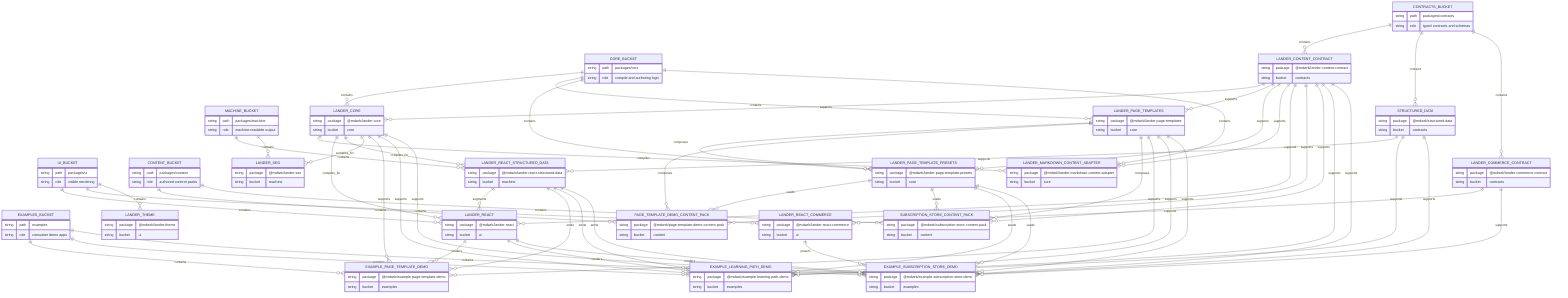
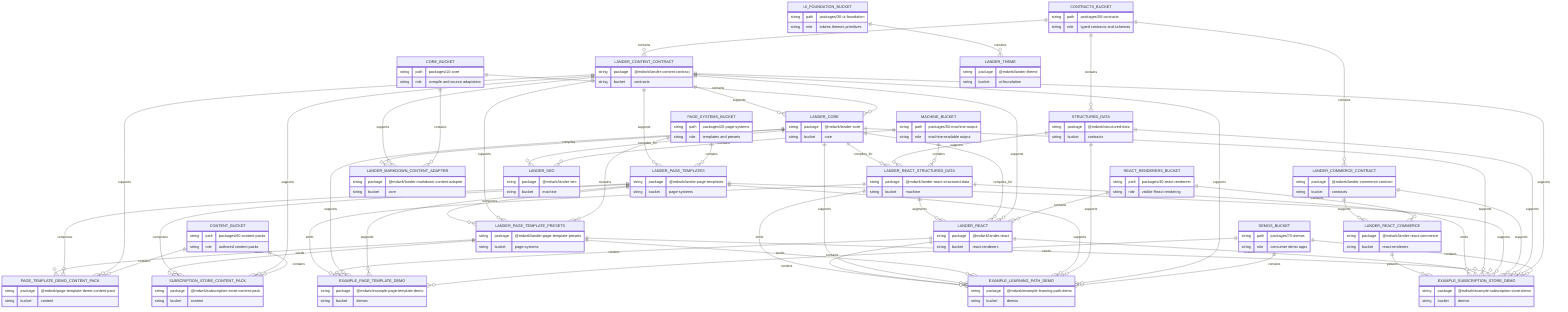
erDiagram
  CONTRACTS_BUCKET {
-     string path "packages/contracts"
+     string path "packages/00-contracts"
    string role "typed contracts and schemas"
  }

  CORE_BUCKET {
-     string path "packages/core"
-     string role "compile and authoring logic"
+     string path "packages/10-core"
+     string role "compile and source adaptation"
  }

-   UI_BUCKET {
-     string path "packages/ui"
-     string role "visible rendering"
+   PAGE_SYSTEMS_BUCKET {
+     string path "packages/20-page-systems"
+     string role "templates and presets"
+   }
+ 
+   UI_FOUNDATION_BUCKET {
+     string path "packages/30-ui-foundation"
+     string role "tokens themes primitives"
+   }
+ 
+   REACT_RENDERERS_BUCKET {
+     string path "packages/40-react-renderers"
+     string role "visible React rendering"
  }

  MACHINE_BUCKET {
-     string path "packages/machine"
+     string path "packages/50-machine-output"
    string role "machine-readable output"
  }

  CONTENT_BUCKET {
-     string path "packages/content"
+     string path "packages/60-content-packs"
    string role "authored content packs"
  }

-   EXAMPLES_BUCKET {
-     string path "examples"
+   DEMOS_BUCKET {
+     string path "packages/70-demos"
    string role "consumer demo apps"
  }

  LANDER_CONTENT_CONTRACT {
    string package "@mdwrk/lander-content-contract"
    string bucket "contracts"
  }

  STRUCTURED_DATA {
    string package "@mdwrk/structured-data"
    string bucket "contracts"
  }

  LANDER_COMMERCE_CONTRACT {
    string package "@mdwrk/lander-commerce-contract"
    string bucket "contracts"
  }

  LANDER_CORE {
    string package "@mdwrk/lander-core"
    string bucket "core"
  }

  LANDER_PAGE_TEMPLATES {
    string package "@mdwrk/lander-page-templates"
-     string bucket "core"
+     string bucket "page-systems"
  }

  LANDER_PAGE_TEMPLATE_PRESETS {
    string package "@mdwrk/lander-page-template-presets"
-     string bucket "core"
+     string bucket "page-systems"
  }

  LANDER_MARKDOWN_CONTENT_ADAPTER {
    string package "@mdwrk/lander-markdown-content-adapter"
    string bucket "core"
  }

  LANDER_REACT {
    string package "@mdwrk/lander-react"
-     string bucket "ui"
+     string bucket "react-renderers"
  }

  LANDER_REACT_COMMERCE {
    string package "@mdwrk/lander-react-commerce"
-     string bucket "ui"
+     string bucket "react-renderers"
  }

  LANDER_THEME {
    string package "@mdwrk/lander-theme"
-     string bucket "ui"
+     string bucket "ui-foundation"
  }

  LANDER_REACT_STRUCTURED_DATA {
    string package "@mdwrk/lander-react-structured-data"
    string bucket "machine"
  }

  LANDER_SEO {
    string package "@mdwrk/lander-seo"
    string bucket "machine"
  }

  PAGE_TEMPLATE_DEMO_CONTENT_PACK {
    string package "@mdwrk/page-template-demo-content-pack"
    string bucket "content"
  }

  SUBSCRIPTION_STORE_CONTENT_PACK {
    string package "@mdwrk/subscription-store-content-pack"
    string bucket "content"
  }

  EXAMPLE_PAGE_TEMPLATE_DEMO {
    string package "@mdwrk/example-page-template-demo"
-     string bucket "examples"
+     string bucket "demos"
  }

  EXAMPLE_LEARNING_PATH_DEMO {
    string package "@mdwrk/example-learning-path-demo"
-     string bucket "examples"
+     string bucket "demos"
  }

  EXAMPLE_SUBSCRIPTION_STORE_DEMO {
    string package "@mdwrk/example-subscription-store-demo"
-     string bucket "examples"
+     string bucket "demos"
  }

  CONTRACTS_BUCKET ||--o{ LANDER_CONTENT_CONTRACT : contains
  CONTRACTS_BUCKET ||--o{ STRUCTURED_DATA : contains
  CONTRACTS_BUCKET ||--o{ LANDER_COMMERCE_CONTRACT : contains

  CORE_BUCKET ||--o{ LANDER_CORE : contains
-   CORE_BUCKET ||--o{ LANDER_PAGE_TEMPLATES : contains
-   CORE_BUCKET ||--o{ LANDER_PAGE_TEMPLATE_PRESETS : contains
  CORE_BUCKET ||--o{ LANDER_MARKDOWN_CONTENT_ADAPTER : contains

-   UI_BUCKET ||--o{ LANDER_REACT : contains
-   UI_BUCKET ||--o{ LANDER_REACT_COMMERCE : contains
-   UI_BUCKET ||--o{ LANDER_THEME : contains
+   PAGE_SYSTEMS_BUCKET ||--o{ LANDER_PAGE_TEMPLATES : contains
+   PAGE_SYSTEMS_BUCKET ||--o{ LANDER_PAGE_TEMPLATE_PRESETS : contains
+ 
+   UI_FOUNDATION_BUCKET ||--o{ LANDER_THEME : contains
+ 
+   REACT_RENDERERS_BUCKET ||--o{ LANDER_REACT : contains
+   REACT_RENDERERS_BUCKET ||--o{ LANDER_REACT_COMMERCE : contains

  MACHINE_BUCKET ||--o{ LANDER_REACT_STRUCTURED_DATA : contains
  MACHINE_BUCKET ||--o{ LANDER_SEO : contains

  CONTENT_BUCKET ||--o{ PAGE_TEMPLATE_DEMO_CONTENT_PACK : contains
  CONTENT_BUCKET ||--o{ SUBSCRIPTION_STORE_CONTENT_PACK : contains

-   EXAMPLES_BUCKET ||--o{ EXAMPLE_PAGE_TEMPLATE_DEMO : contains
-   EXAMPLES_BUCKET ||--o{ EXAMPLE_LEARNING_PATH_DEMO : contains
-   EXAMPLES_BUCKET ||--o{ EXAMPLE_SUBSCRIPTION_STORE_DEMO : contains
+   DEMOS_BUCKET ||--o{ EXAMPLE_PAGE_TEMPLATE_DEMO : contains
+   DEMOS_BUCKET ||--o{ EXAMPLE_LEARNING_PATH_DEMO : contains
+   DEMOS_BUCKET ||--o{ EXAMPLE_SUBSCRIPTION_STORE_DEMO : contains

  LANDER_CONTENT_CONTRACT ||--o{ LANDER_CORE : supports
  LANDER_CONTENT_CONTRACT ||--o{ LANDER_PAGE_TEMPLATES : supports
  LANDER_CONTENT_CONTRACT ||--o{ LANDER_PAGE_TEMPLATE_PRESETS : supports
  LANDER_CONTENT_CONTRACT ||--o{ LANDER_MARKDOWN_CONTENT_ADAPTER : supports
  LANDER_CONTENT_CONTRACT ||--o{ LANDER_REACT : supports
  LANDER_CONTENT_CONTRACT ||--o{ PAGE_TEMPLATE_DEMO_CONTENT_PACK : supports
  LANDER_CONTENT_CONTRACT ||--o{ SUBSCRIPTION_STORE_CONTENT_PACK : supports
  LANDER_CONTENT_CONTRACT ||--o{ EXAMPLE_LEARNING_PATH_DEMO : supports
  LANDER_CONTENT_CONTRACT ||--o{ EXAMPLE_SUBSCRIPTION_STORE_DEMO : supports

  STRUCTURED_DATA ||--o{ LANDER_REACT_STRUCTURED_DATA : supports
  STRUCTURED_DATA ||--o{ EXAMPLE_LEARNING_PATH_DEMO : supports
  STRUCTURED_DATA ||--o{ EXAMPLE_SUBSCRIPTION_STORE_DEMO : supports

  LANDER_COMMERCE_CONTRACT ||--o{ LANDER_REACT_COMMERCE : supports
  LANDER_COMMERCE_CONTRACT ||--o{ EXAMPLE_SUBSCRIPTION_STORE_DEMO : supports

  LANDER_PAGE_TEMPLATES ||--o{ LANDER_PAGE_TEMPLATE_PRESETS : composes
  LANDER_PAGE_TEMPLATES ||--o{ PAGE_TEMPLATE_DEMO_CONTENT_PACK : composes
  LANDER_PAGE_TEMPLATES ||--o{ SUBSCRIPTION_STORE_CONTENT_PACK : composes
  LANDER_PAGE_TEMPLATES ||--o{ EXAMPLE_PAGE_TEMPLATE_DEMO : supports
  LANDER_PAGE_TEMPLATES ||--o{ EXAMPLE_LEARNING_PATH_DEMO : supports
  LANDER_PAGE_TEMPLATES ||--o{ EXAMPLE_SUBSCRIPTION_STORE_DEMO : supports

  LANDER_PAGE_TEMPLATE_PRESETS ||--o{ PAGE_TEMPLATE_DEMO_CONTENT_PACK : seeds
  LANDER_PAGE_TEMPLATE_PRESETS ||--o{ SUBSCRIPTION_STORE_CONTENT_PACK : seeds
  LANDER_PAGE_TEMPLATE_PRESETS ||--o{ EXAMPLE_LEARNING_PATH_DEMO : seeds
  LANDER_PAGE_TEMPLATE_PRESETS ||--o{ EXAMPLE_SUBSCRIPTION_STORE_DEMO : seeds

  LANDER_CORE ||--o{ LANDER_MARKDOWN_CONTENT_ADAPTER : compiles
  LANDER_CORE ||--o{ LANDER_REACT : compiles_for
  LANDER_CORE ||--o{ LANDER_REACT_STRUCTURED_DATA : compiles_for
  LANDER_CORE ||--o{ LANDER_SEO : compiles_for
  LANDER_CORE ||--o{ EXAMPLE_PAGE_TEMPLATE_DEMO : supports
  LANDER_CORE ||--o{ EXAMPLE_LEARNING_PATH_DEMO : supports
  LANDER_CORE ||--o{ EXAMPLE_SUBSCRIPTION_STORE_DEMO : supports

  LANDER_REACT_STRUCTURED_DATA ||--o{ LANDER_REACT : augments
  LANDER_REACT ||--o{ EXAMPLE_PAGE_TEMPLATE_DEMO : renders
  LANDER_REACT ||--o{ EXAMPLE_LEARNING_PATH_DEMO : renders
  LANDER_REACT ||--o{ EXAMPLE_SUBSCRIPTION_STORE_DEMO : renders
  LANDER_REACT_STRUCTURED_DATA ||--o{ EXAMPLE_PAGE_TEMPLATE_DEMO : emits
  LANDER_REACT_STRUCTURED_DATA ||--o{ EXAMPLE_LEARNING_PATH_DEMO : emits
  LANDER_REACT_STRUCTURED_DATA ||--o{ EXAMPLE_SUBSCRIPTION_STORE_DEMO : emits
  LANDER_REACT_COMMERCE ||--o{ EXAMPLE_SUBSCRIPTION_STORE_DEMO : powers
